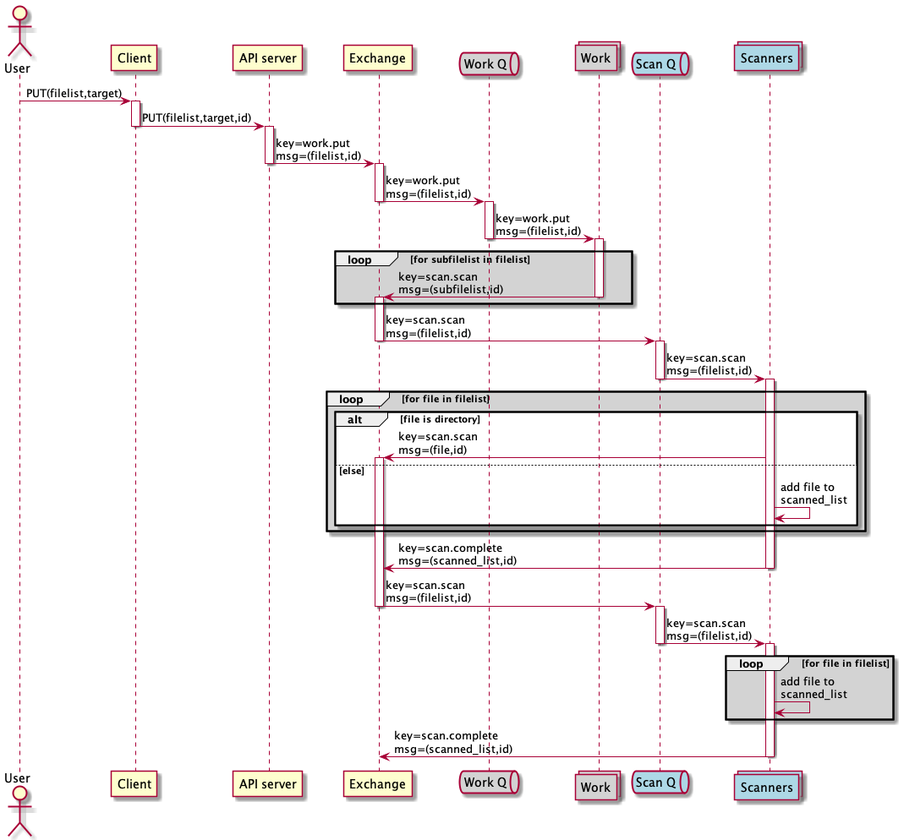
Earlier version of the PlantUML export doc/uml/message_flow_put.png (cedadev/nlds).
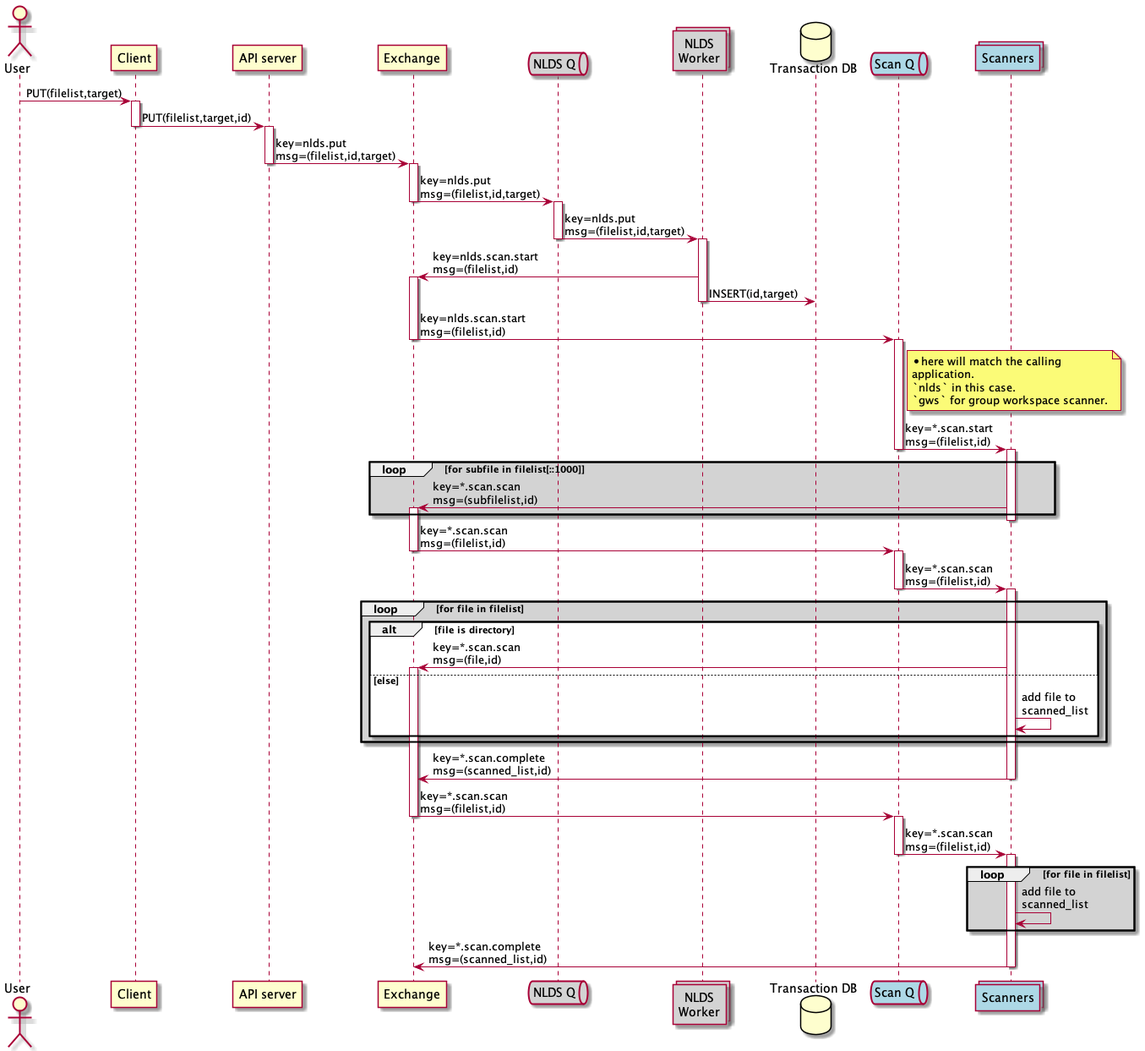
Above is the later version.

Commit message:
Updated message_flow_put to reflect conversation with Matt Jones

The edit, as a diff of the source:
```diff
@@ -5,8 +5,9 @@
 participant server as "API server"
 participant wex as "Exchange"
 
-queue qw as "Work Q" #lightgrey
-collections work as "Work" #lightgrey
+queue qw as "NLDS Q" #lightgrey
+collections work as "NLDS\nWorker" #lightgrey
+database iddb as "Transaction DB"
 
 queue qs as "Scan Q" #lightblue
 collections scan as "Scanners" #lightblue
@@ -16,45 +17,63 @@
 client -> server : PUT(filelist,target,id)
 deactivate client
 activate server
-server -> wex : key=work.put\nmsg=(filelist,id)
+server -> wex : key=nlds.put\nmsg=(filelist,id,target)
 deactivate server
 activate wex
-wex -> qw : key=work.put\nmsg=(filelist,id)
+wex -> qw : key=nlds.put\nmsg=(filelist,id,target)
 deactivate wex
 activate qw
-qw -> work : key=work.put\nmsg=(filelist,id)
+qw -> work : key=nlds.put\nmsg=(filelist,id,target)
 deactivate qw
+
 activate work
-loop #lightgrey for subfilelist in filelist
-    work -> wex : key=scan.scan\nmsg=(subfilelist,id)
-    deactivate work
+work -> wex : key=nlds.scan.start\nmsg=(filelist,id)
+activate wex
+work -> iddb : INSERT(id,target)
+deactivate work
+wex -> qs : key=nlds.scan.start\nmsg=(filelist,id)
+deactivate wex
+note right of qs
+    * here will match the calling
+    application.
+    `nlds` in this case.
+    `gws` for group workspace scanner.
+end note
+activate qs
+qs -> scan : key=*.scan.start\nmsg=(filelist,id)
+deactivate qs
+activate scan
+
+loop #lightgrey for subfile in filelist[::1000]
+    scan -> wex : key=*.scan.scan\nmsg=(subfilelist,id)
     activate wex
 end
-wex -> qs : key=scan.scan\nmsg=(filelist,id)
+deactivate scan
+wex -> qs : key=*.scan.scan\nmsg=(filelist,id)
 deactivate wex
 activate qs
-qs -> scan : key=scan.scan\nmsg=(filelist,id)
+qs -> scan : key=*.scan.scan\nmsg=(filelist,id)
 deactivate qs
 activate scan
 loop #lightgrey for file in filelist
     alt file is directory
-        scan -> wex : key=scan.scan\nmsg=(file,id)
+        scan -> wex : key=*.scan.scan\nmsg=(file,id)
         activate wex
     else else
         scan -> scan : add file to\nscanned_list
     end
 end
-scan -> wex : key=scan.complete\nmsg=(scanned_list,id)
+scan -> wex : key=*.scan.complete\nmsg=(scanned_list,id)
 deactivate scan
-wex -> qs : key=scan.scan\nmsg=(filelist,id)
+wex -> qs : key=*.scan.scan\nmsg=(filelist,id)
 deactivate wex
 activate qs
-qs -> scan : key=scan.scan\nmsg=(filelist,id)
+qs -> scan : key=*.scan.scan\nmsg=(filelist,id)
 deactivate qs
 activate scan
 loop #lightgrey for file in filelist
     scan -> scan : add file to\nscanned_list
 end
-scan -> wex : key=scan.complete\nmsg=(scanned_list,id)
+scan -> wex : key=*.scan.complete\nmsg=(scanned_list,id)
 deactivate scan
 @enduml
```
